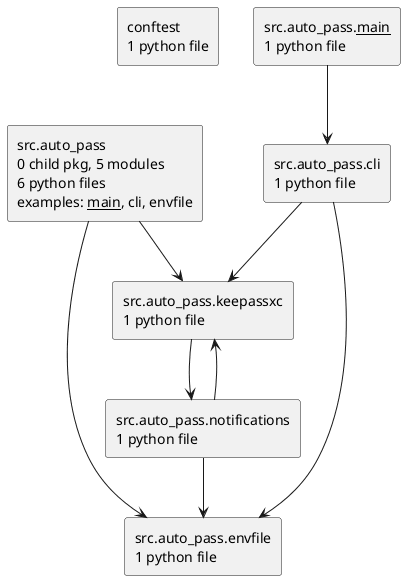
Above: docs/diagrams/python-packages.puml.png in casonk/auto-pass (PlantUML), before the change.
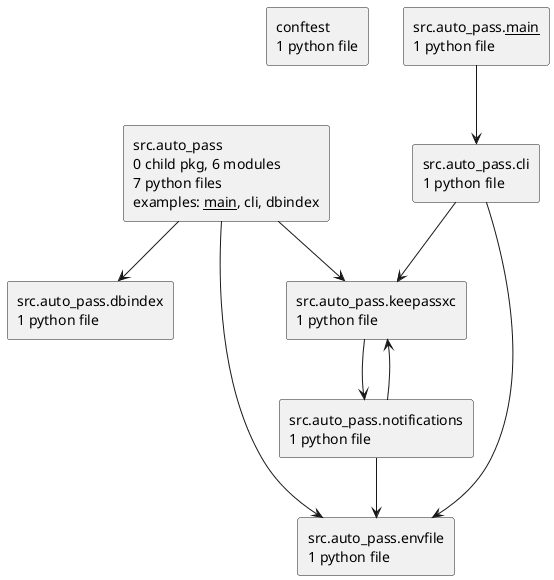
After the change.

Commit message:
chore: refresh python diagram artifacts (classes, imports, packages)

What changed in the source:
```diff
@@ -3,12 +3,14 @@
 top to bottom direction
 skinparam componentStyle rectangle
 rectangle "conftest\n1 python file" as conftest
-rectangle "src.auto_pass\n0 child pkg, 5 modules\n6 python files\nexamples: __main__, cli, envfile" as src.auto_pass
+rectangle "src.auto_pass\n0 child pkg, 6 modules\n7 python files\nexamples: __main__, cli, dbindex" as src.auto_pass
 rectangle "src.auto_pass.__main__\n1 python file" as src.auto_pass.__main__
 rectangle "src.auto_pass.cli\n1 python file" as src.auto_pass.cli
+rectangle "src.auto_pass.dbindex\n1 python file" as src.auto_pass.dbindex
 rectangle "src.auto_pass.envfile\n1 python file" as src.auto_pass.envfile
 rectangle "src.auto_pass.keepassxc\n1 python file" as src.auto_pass.keepassxc
 rectangle "src.auto_pass.notifications\n1 python file" as src.auto_pass.notifications
+src.auto_pass --> src.auto_pass.dbindex
 src.auto_pass --> src.auto_pass.envfile
 src.auto_pass --> src.auto_pass.keepassxc
 src.auto_pass.__main__ --> src.auto_pass.cli
```
